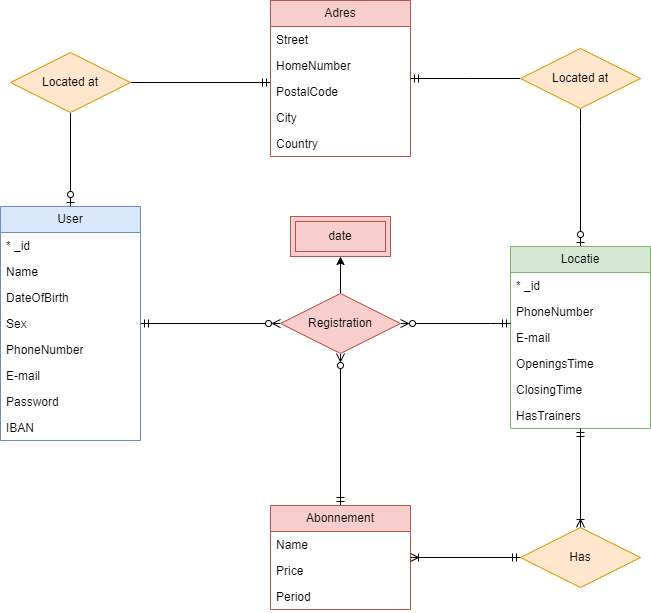
Above: apps/frontend/src/assets/img/erd.png in nietjan/client-side-project (draw.io), before the change. Source tidied: cells renumbered, new cells last; positions are measured from the earlier drawing's top-left corner, leaving out a move shared by most shapes.
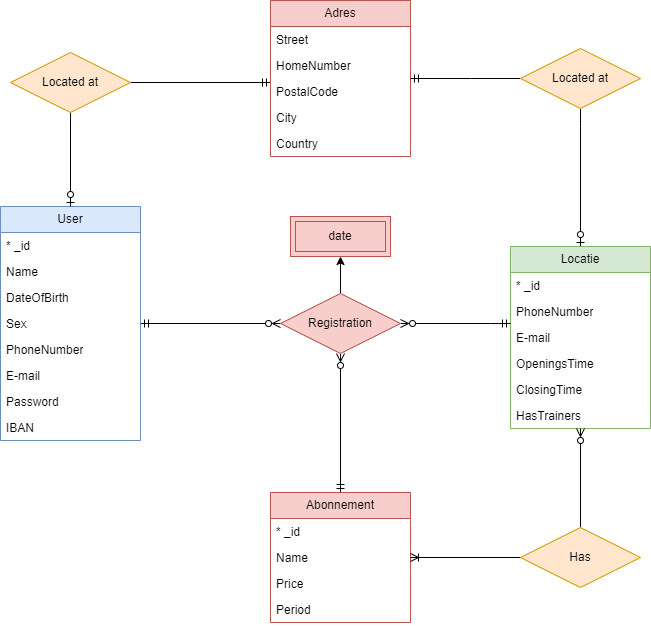
The same diagram one commit later.

The edit, as a diff of the source:
```diff
@@ -89,7 +89,7 @@
     <mxCell id="27" style="edgeStyle=orthogonalEdgeStyle;rounded=0;jettySize=auto;html=1;endArrow=ERzeroToMany;endFill=0;startArrow=ERmandOne;startFill=0;" parent="1" edge="1" source="29" target="36">
       <mxGeometry relative="1" as="geometry" />
     </mxCell>
-    <mxCell id="28" style="edgeStyle=orthogonalEdgeStyle;rounded=0;jettySize=auto;html=1;endArrow=ERmandOne;endFill=0;startArrow=ERoneToMany;startFill=0;" parent="1" edge="1" source="42" target="20">
+    <mxCell id="28" style="edgeStyle=orthogonalEdgeStyle;rounded=0;jettySize=auto;html=1;endArrow=ERzeroToMany;endFill=0;startArrow=none;startFill=0;" parent="1" edge="1" source="42" target="20">
       <mxGeometry relative="1" as="geometry">
         <Array as="points">
           <mxPoint x="580" y="544" />
@@ -97,16 +97,19 @@
       </mxGeometry>
     </mxCell>
     <mxCell id="29" value="Abonnement" style="swimlane;fontStyle=0;horizontal=1;startSize=26;fillColor=#f8cecc;whiteSpace=wrap;html=1;strokeColor=#b85450;" parent="1" vertex="1">
-      <mxGeometry x="270" y="505" width="140" height="104" as="geometry" />
+      <mxGeometry x="270" y="492" width="140" height="130" as="geometry" />
     </mxCell>
+    <mxCell id="43" value="* _id" style="text;strokeColor=none;fillColor=none;align=left;verticalAlign=top;spacingLeft=4;spacingRight=4;overflow=hidden;whiteSpace=wrap;html=1;" parent="29" vertex="1">
+      <mxGeometry y="26" width="140" height="26" as="geometry" />
+    </mxCell>
     <mxCell id="30" value="Name" style="text;strokeColor=none;fillColor=none;align=left;verticalAlign=top;spacingLeft=4;spacingRight=4;overflow=hidden;whiteSpace=wrap;html=1;" parent="29" vertex="1">
-      <mxGeometry y="26" width="140" height="26" as="geometry" />
+      <mxGeometry y="52" width="140" height="26" as="geometry" />
     </mxCell>
     <mxCell id="31" value="Price" style="text;strokeColor=none;fillColor=none;align=left;verticalAlign=top;spacingLeft=4;spacingRight=4;overflow=hidden;whiteSpace=wrap;html=1;" parent="29" vertex="1">
-      <mxGeometry y="52" width="140" height="26" as="geometry" />
+      <mxGeometry y="78" width="140" height="26" as="geometry" />
     </mxCell>
     <mxCell id="32" value="Period" style="text;strokeColor=none;fillColor=none;align=left;verticalAlign=top;spacingLeft=4;spacingRight=4;overflow=hidden;whiteSpace=wrap;html=1;" parent="29" vertex="1">
-      <mxGeometry y="78" width="140" height="26" as="geometry" />
+      <mxGeometry y="104" width="140" height="26" as="geometry" />
     </mxCell>
     <mxCell id="33" style="edgeStyle=orthogonalEdgeStyle;rounded=0;jettySize=auto;html=1;endArrow=ERmandOne;endFill=0;startArrow=ERzeroToMany;startFill=0;" parent="1" edge="1" source="36" target="20">
       <mxGeometry relative="1" as="geometry">
@@ -142,7 +145,7 @@
     <mxCell id="40" value="Located at" style="shape=rhombus;perimeter=rhombusPerimeter;whiteSpace=wrap;html=1;align=center;fillColor=#ffe6cc;strokeColor=#d79b00;" parent="1" vertex="1">
       <mxGeometry x="520" y="48" width="120" height="60" as="geometry" />
     </mxCell>
-    <mxCell id="41" style="edgeStyle=orthogonalEdgeStyle;rounded=0;jettySize=auto;html=1;endArrow=ERmandOne;endFill=0;startArrow=ERoneToMany;startFill=0;" parent="1" edge="1" source="29" target="42">
+    <mxCell id="41" style="edgeStyle=orthogonalEdgeStyle;rounded=0;jettySize=auto;html=1;endArrow=none;endFill=0;startArrow=ERoneToMany;startFill=0;" parent="1" edge="1" source="29" target="42">
       <mxGeometry relative="1" as="geometry" />
     </mxCell>
     <mxCell id="42" value="Has" style="shape=rhombus;perimeter=rhombusPerimeter;whiteSpace=wrap;html=1;align=center;fillColor=#ffe6cc;strokeColor=#d79b00;" parent="1" vertex="1">
```
